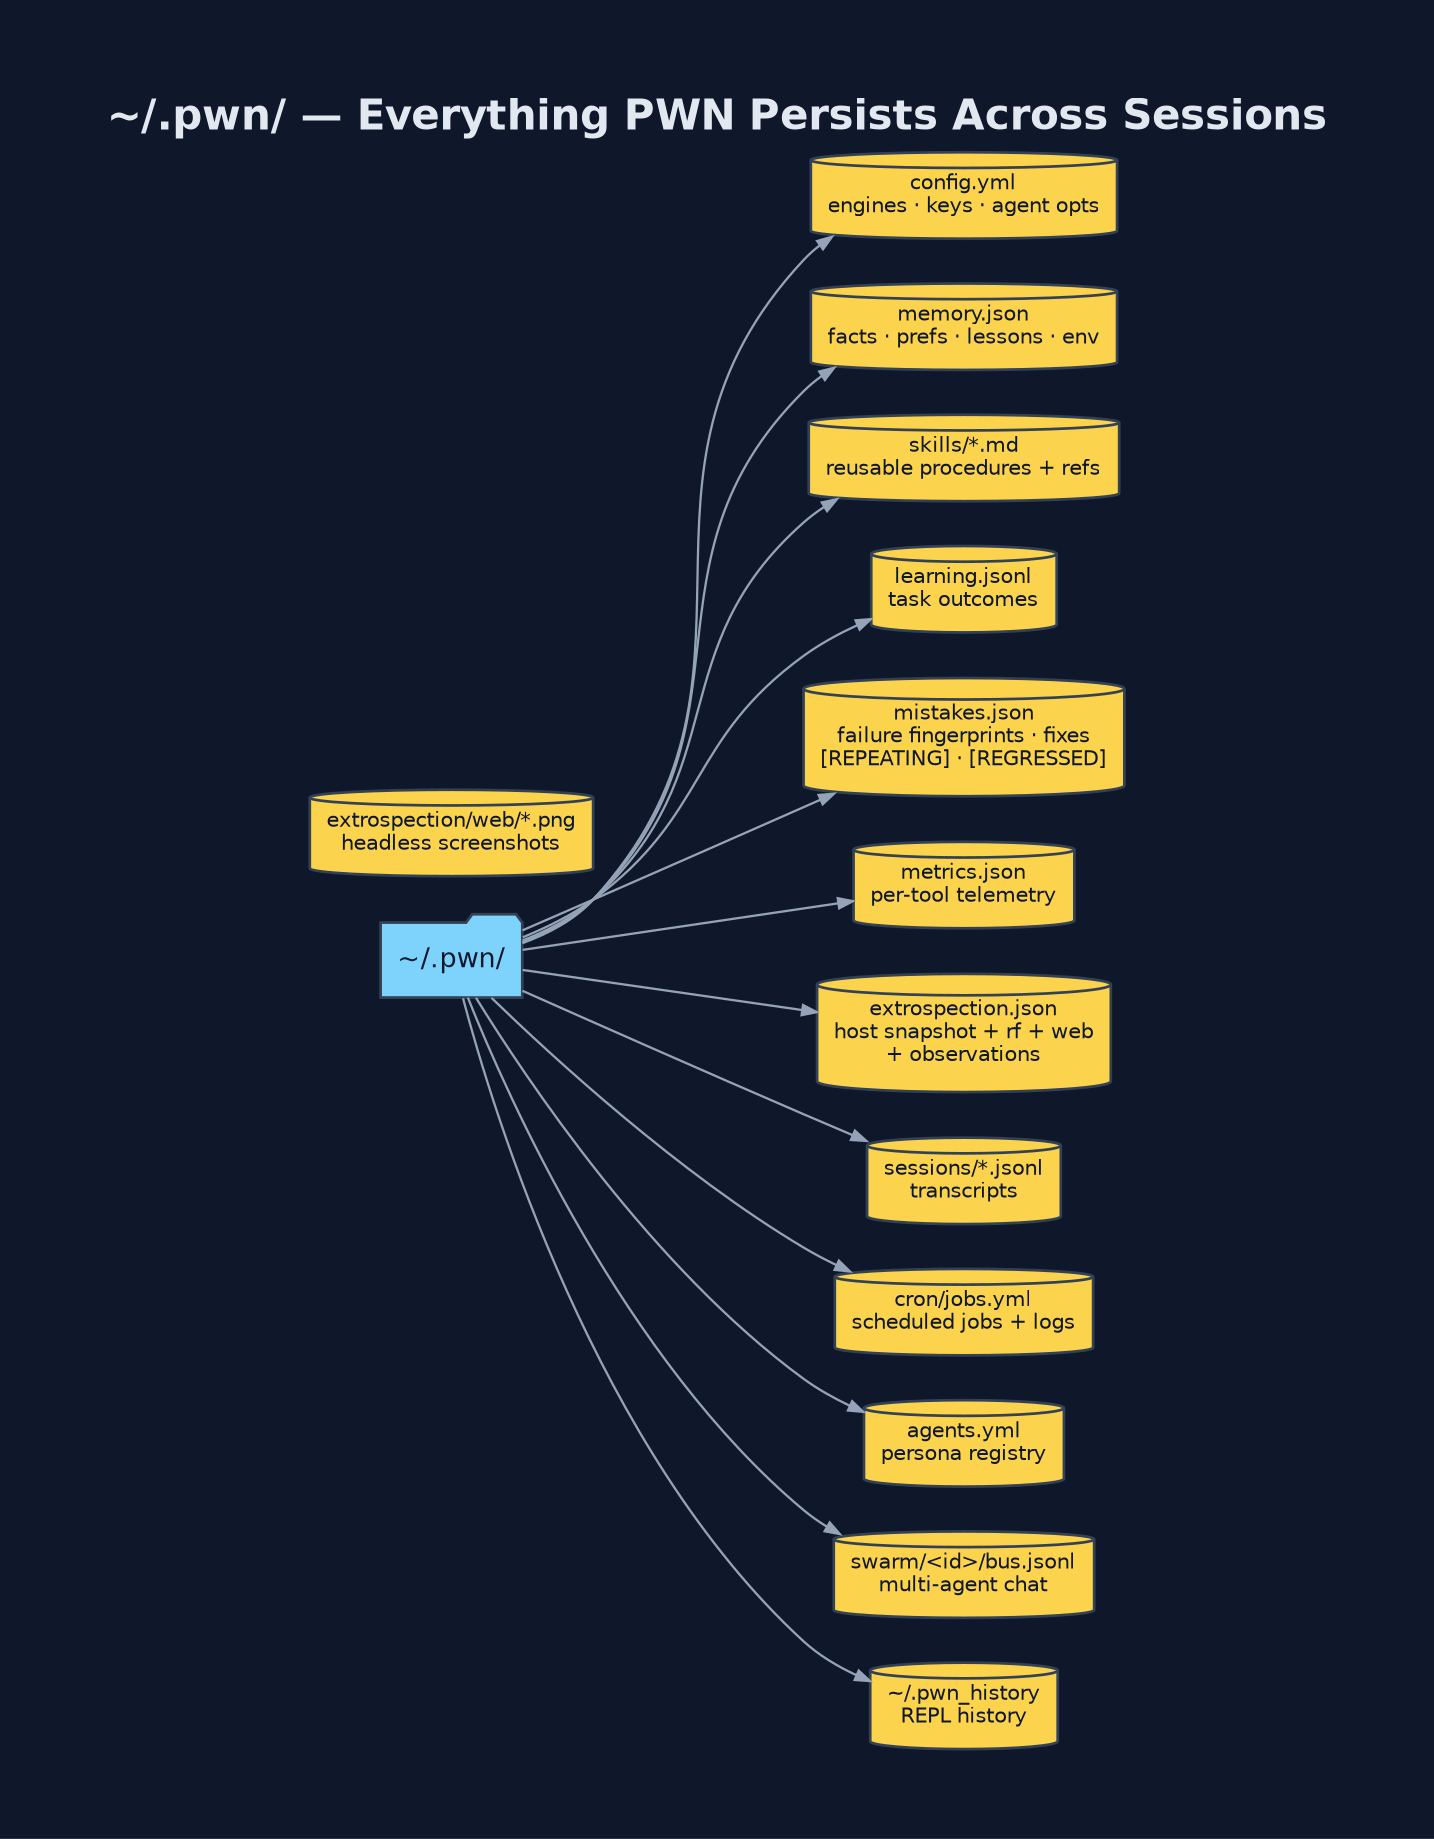
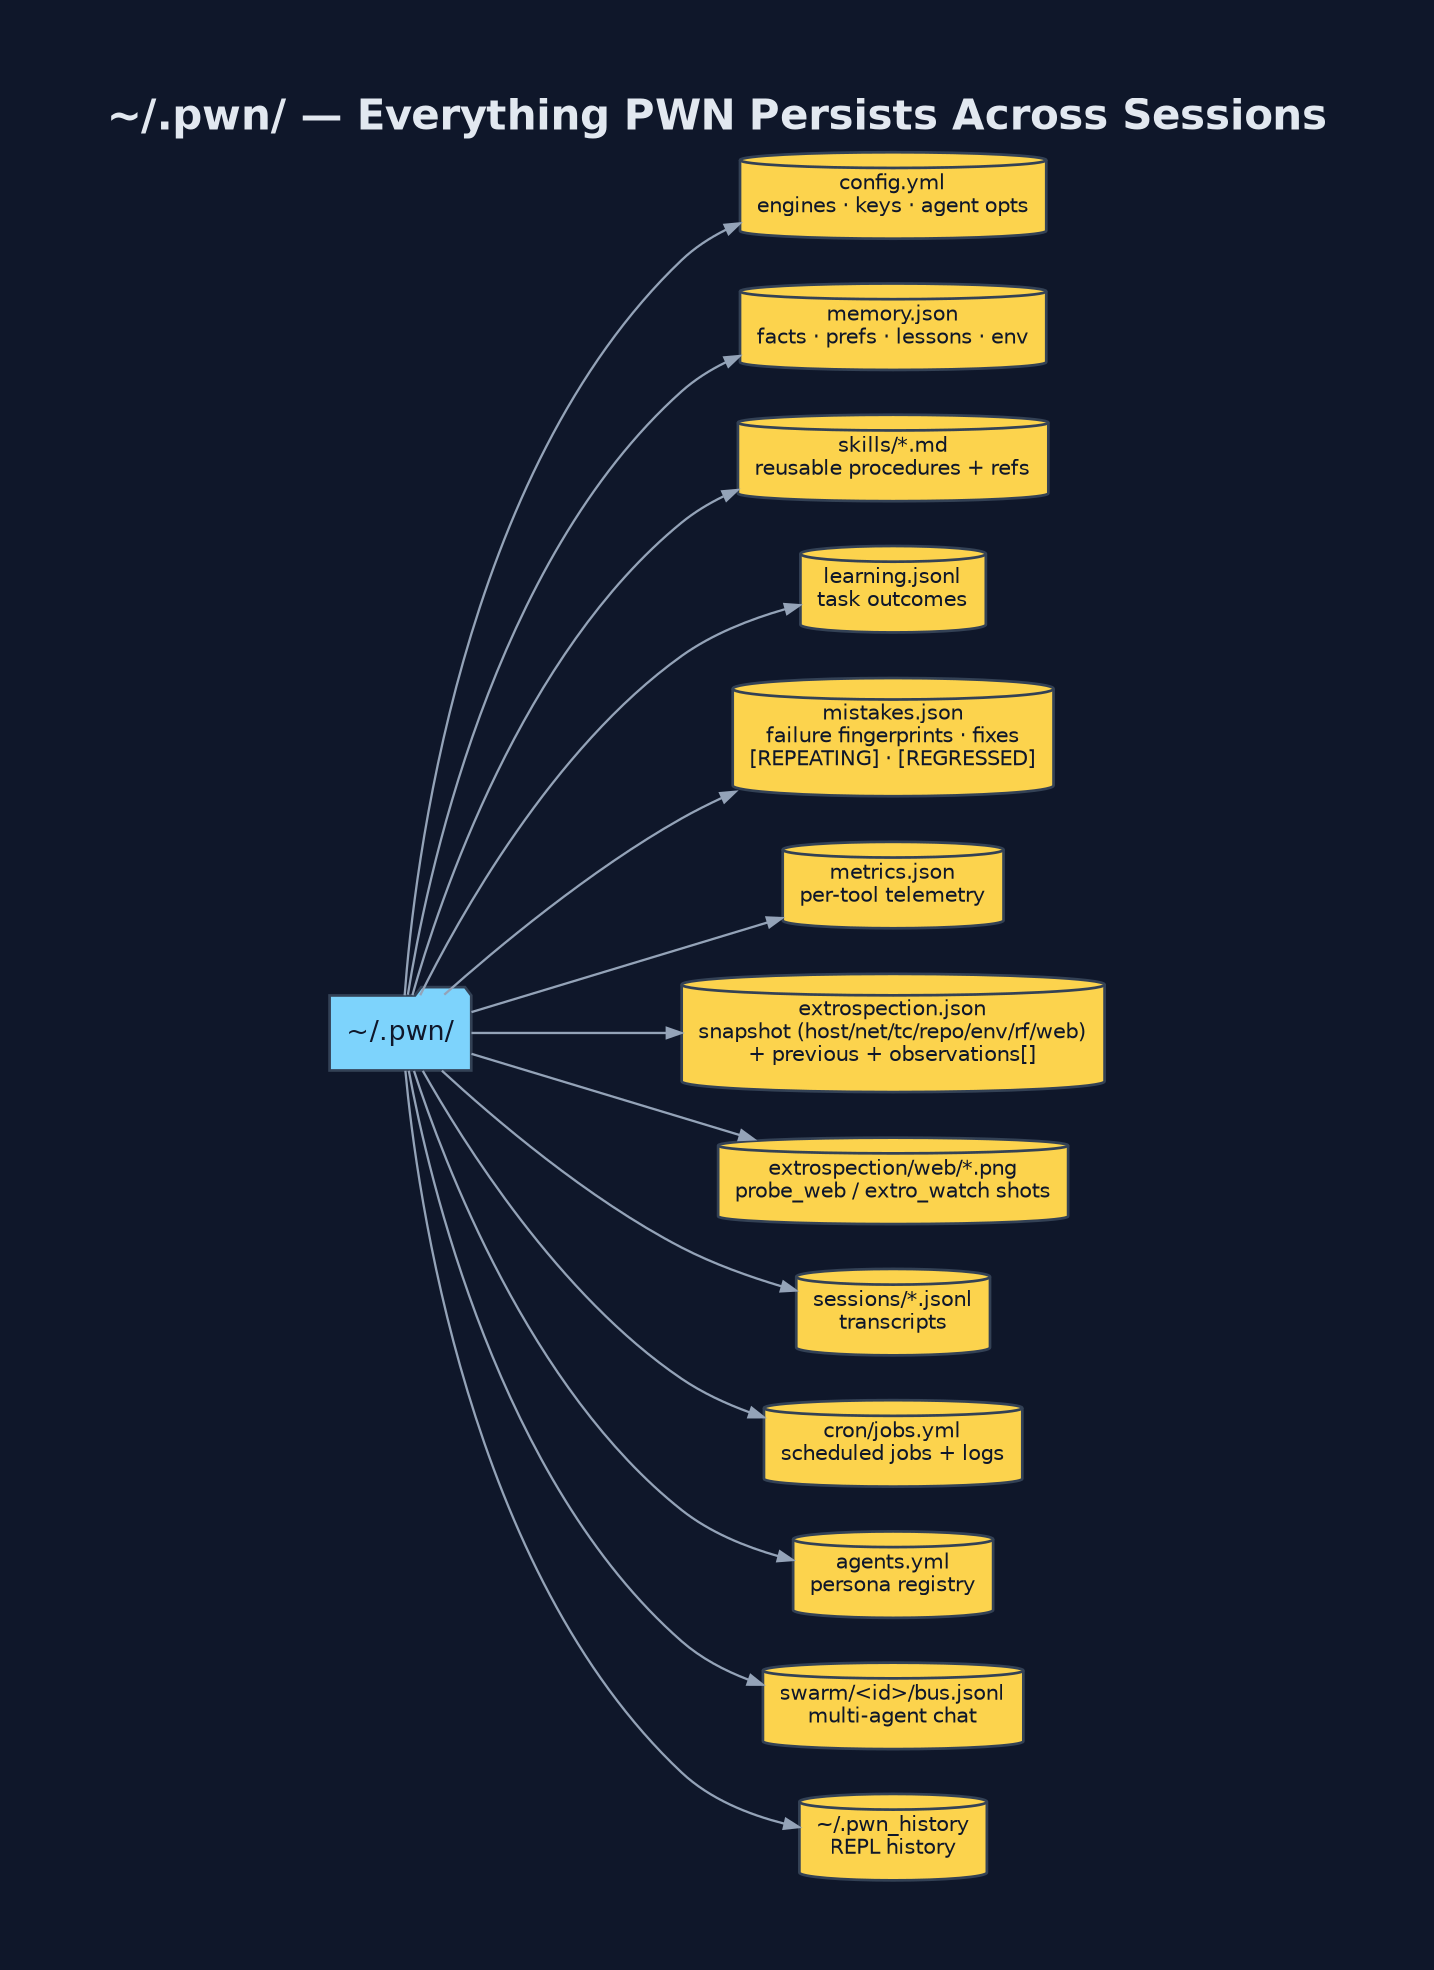
digraph "PWN_Persistence" {
  graph [
    label=<<B>~/.pwn/ — Everything PWN Persists Across Sessions</B>>,
    labelloc=t, fontsize=20, fontname="Helvetica",
    rankdir=LR, splines=spline, nodesep=0.3, ranksep=1.4,
    bgcolor="#0f172a", fontcolor="#e2e8f0", pad=0.6, newrank=true
  ];
  node [fontname="Helvetica", fontsize=10, style="filled,rounded",
        shape=box, penwidth=1.3, color="#334155", fontcolor="#0f172a"];
  edge [color="#94a3b8", penwidth=1.1, arrowsize=0.7];

  Root [label="~/.pwn/", shape=folder, fillcolor="#7dd3fc", fontsize=13];

  node [shape=cylinder, fillcolor="#fcd34d"];
  cfg  [label="config.yml\nengines · keys · agent opts"];
  mem  [label="memory.json\nfacts · prefs · lessons · env"];
  skl  [label="skills/*.md\nreusable procedures + refs"];
  lrn  [label="learning.jsonl\ntask outcomes"];
  mis  [label="mistakes.json\nfailure fingerprints · fixes\n[REPEATING] · [REGRESSED]"];
  met  [label="metrics.json\nper-tool telemetry"];
-   ext  [label="extrospection.json\nhost snapshot + rf + web\n+ observations"];
-   ews  [label="extrospection/web/*.png\nheadless screenshots"];
+   ext  [label="extrospection.json\nsnapshot (host/net/tc/repo/env/rf/web)\n+ previous + observations[]"];
+   ews  [label="extrospection/web/*.png\nprobe_web / extro_watch shots"];
  ses  [label="sessions/*.jsonl\ntranscripts"];
  crn  [label="cron/jobs.yml\nscheduled jobs + logs"];
  agt  [label="agents.yml\npersona registry"];
  swm  [label="swarm/<id>/bus.jsonl\nmulti-agent chat"];
  hist [label="~/.pwn_history\nREPL history"];

  Root->cfg; Root->mem; Root->skl; Root->lrn; Root->mis; Root->met; Root->ext;
-   Root->ses; Root->crn; Root->agt; Root->swm; Root->hist;
+   Root->ews; Root->ses; Root->crn; Root->agt; Root->swm; Root->hist;
}
